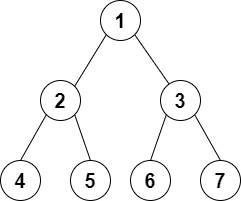
The draw.io diagram assets/images/LeetCode102/다이어그램1.png in andpact/andpact.github.io, before a commit. Source tidied: cells renumbered, new cells last; positions are measured from the earlier drawing's top-left corner, leaving out a move shared by most shapes.
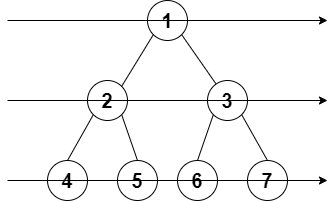
The same diagram one commit later.

Change to the diagram source:
```diff
@@ -41,5 +41,23 @@
     <mxCell id="14" style="endArrow=none;html=1;rounded=0;fontSize=20;entryX=1;entryY=1;entryDx=0;entryDy=0;exitX=0.5;exitY=0;exitDx=0;exitDy=0;" parent="1" edge="1" source="11" target="3">
       <mxGeometry relative="1" as="geometry" />
     </mxCell>
+    <mxCell id="15" style="endArrow=classic;html=1;rounded=0;" parent="1" edge="1">
+      <mxGeometry relative="1" as="geometry">
+        <mxPoint x="-40" y="20" as="sourcePoint" />
+        <mxPoint x="280" y="20" as="targetPoint" />
+      </mxGeometry>
+    </mxCell>
+    <mxCell id="16" style="endArrow=classic;html=1;rounded=0;" parent="1" edge="1">
+      <mxGeometry relative="1" as="geometry">
+        <mxPoint x="-40" y="180" as="sourcePoint" />
+        <mxPoint x="280" y="180" as="targetPoint" />
+      </mxGeometry>
+    </mxCell>
+    <mxCell id="17" style="endArrow=classic;html=1;rounded=0;" parent="1" edge="1">
+      <mxGeometry relative="1" as="geometry">
+        <mxPoint x="-40" y="100" as="sourcePoint" />
+        <mxPoint x="280" y="100" as="targetPoint" />
+      </mxGeometry>
+    </mxCell>
   </root>
 </mxGraphModel>
```
